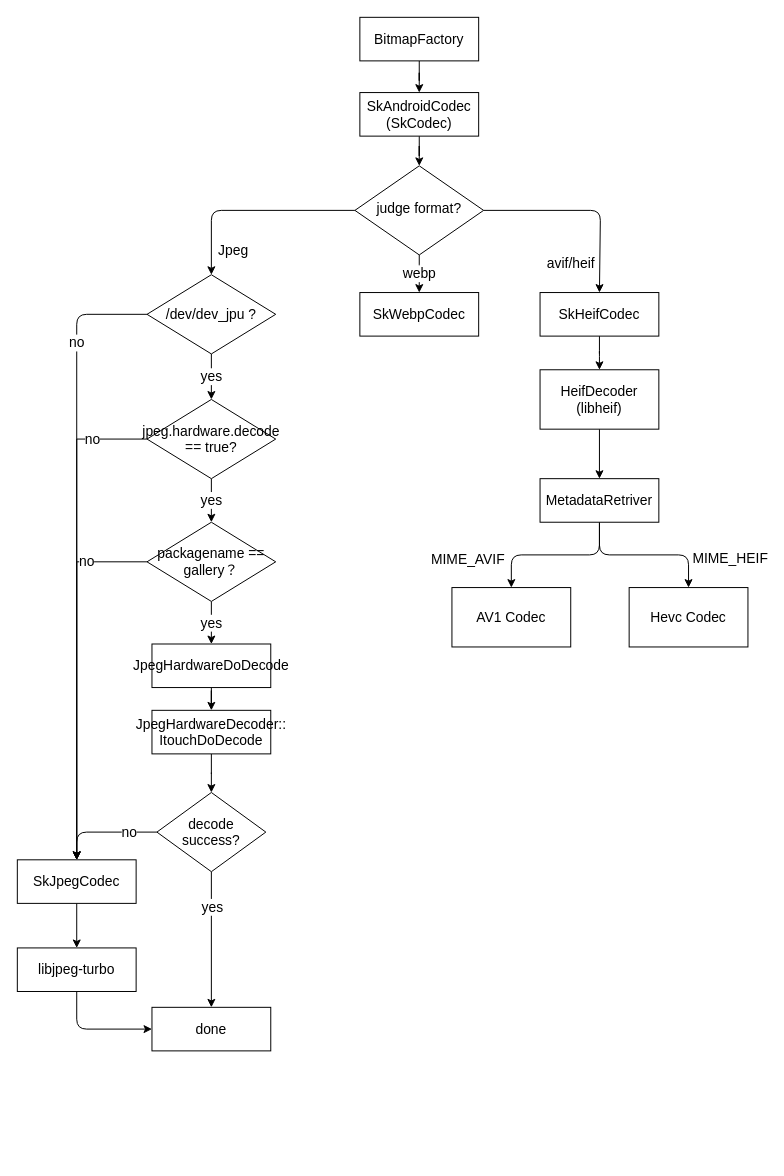
The draw.io diagram page "skia" (1 of 3) of design.drawio in ccfriend/av_lab, before the edit. Source tidied: cells renumbered, new cells numbered last; positions are measured from the earlier drawing's top-left corner, leaving out a move shared by most shapes. Both pictures are drawn from the tidied source at 99%, with x=0, y=0 at pixel (17, 17).
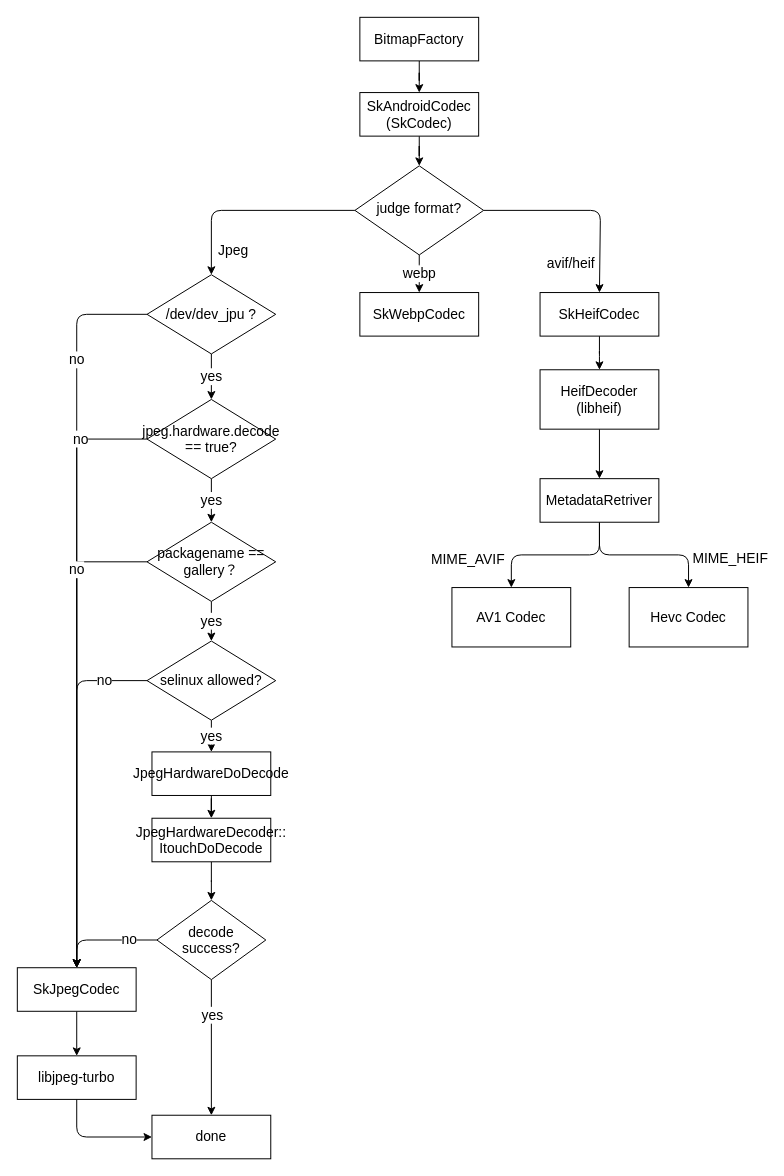
After the change.

Unchanged cells that the change refers to:
```xml
<mxCell id="41" value="packagename == gallery？" style="rhombus;whiteSpace=wrap;html=1;rounded=0;sketch=0;fontSize=14;" parent="1" vertex="1">
  <mxGeometry x="131" y="510" width="130" height="80" as="geometry" />
</mxCell>
```

What changed in the source:
```diff
@@
     <mxCell id="16" value="JpegHardwareDoDecode" style="rounded=0;whiteSpace=wrap;html=1;fontSize=14;glass=0;strokeWidth=1;shadow=0;" parent="1" vertex="1">
-      <mxGeometry x="136" y="633" width="120" height="44" as="geometry" />
+      <mxGeometry x="136" y="742" width="120" height="44" as="geometry" />
     </mxCell>
@@
     <mxCell id="18" style="edgeStyle=orthogonalEdgeStyle;curved=0;rounded=1;sketch=0;jettySize=auto;html=1;entryX=0.5;entryY=0;entryDx=0;entryDy=0;fontSize=14;" parent="1" edge="1" source="20" target="23">
       <mxGeometry relative="1" as="geometry">
         <Array as="points">
-          <mxPoint x="180" y="843" />
-          <mxPoint x="180" y="843" />
+          <mxPoint x="180" y="952" />
+          <mxPoint x="180" y="952" />
         </Array>
       </mxGeometry>
     </mxCell>
@@
     <mxCell id="20" value="decode success?" style="rhombus;whiteSpace=wrap;html=1;rounded=0;sketch=0;fontSize=14;" parent="1" vertex="1">
-      <mxGeometry x="141" y="783" width="110" height="80" as="geometry" />
+      <mxGeometry x="141" y="892" width="110" height="80" as="geometry" />
     </mxCell>
@@
     <mxCell id="22" value="SkJpegCodec" style="rounded=0;whiteSpace=wrap;html=1;fontSize=14;glass=0;strokeWidth=1;shadow=0;" parent="1" vertex="1">
-      <mxGeometry y="851" width="120" height="44" as="geometry" />
+      <mxGeometry y="960" width="120" height="44" as="geometry" />
     </mxCell>
     <mxCell id="23" value="done" style="rounded=0;whiteSpace=wrap;html=1;fontSize=14;glass=0;strokeWidth=1;shadow=0;" parent="1" vertex="1">
-      <mxGeometry x="136" y="1000" width="120" height="44" as="geometry" />
+      <mxGeometry x="136" y="1109" width="120" height="44" as="geometry" />
     </mxCell>
@@
-    <mxCell id="40" value="yes" style="edgeStyle=orthogonalEdgeStyle;rounded=0;jettySize=auto;html=1;fontSize=14;" parent="1" edge="1" source="41" target="16">
+    <mxCell id="40" value="yes" style="edgeStyle=orthogonalEdgeStyle;rounded=0;jettySize=auto;html=1;fontSize=14;entryX=0.5;entryY=0;entryDx=0;entryDy=0;" parent="1" edge="1" source="41" target="48">
       <mxGeometry relative="1" as="geometry" />
     </mxCell>
@@
     <mxCell id="43" value="JpegHardwareDecoder::&lt;br&gt;ItouchDoDecode" style="rounded=0;whiteSpace=wrap;html=1;fontSize=14;glass=0;strokeWidth=1;shadow=0;" parent="1" vertex="1">
-      <mxGeometry x="136" y="700" width="120" height="44" as="geometry" />
+      <mxGeometry x="136" y="809" width="120" height="44" as="geometry" />
     </mxCell>
@@
     <mxCell id="45" value="libjpeg-turbo" style="rounded=0;whiteSpace=wrap;html=1;fontSize=14;glass=0;strokeWidth=1;shadow=0;" parent="1" vertex="1">
-      <mxGeometry y="940" width="120" height="44" as="geometry" />
+      <mxGeometry y="1049" width="120" height="44" as="geometry" />
     </mxCell>
+    <mxCell id="46" value="yes" style="edgeStyle=orthogonalEdgeStyle;rounded=1;jettySize=auto;html=1;entryX=0.5;entryY=0;entryDx=0;entryDy=0;fontSize=14;" parent="1" edge="1" source="48" target="16">
+      <mxGeometry relative="1" as="geometry" />
+    </mxCell>
+    <mxCell id="47" value="no" style="edgeStyle=orthogonalEdgeStyle;rounded=1;jettySize=auto;html=1;fontSize=14;" parent="1" edge="1" source="48" target="22">
+      <mxGeometry x="-0.76" relative="1" as="geometry" />
+    </mxCell>
+    <mxCell id="48" value="selinux allowed?" style="rhombus;whiteSpace=wrap;html=1;rounded=0;sketch=0;fontSize=14;" parent="1" vertex="1">
+      <mxGeometry x="131" y="630" width="130" height="80" as="geometry" />
+    </mxCell>
```
